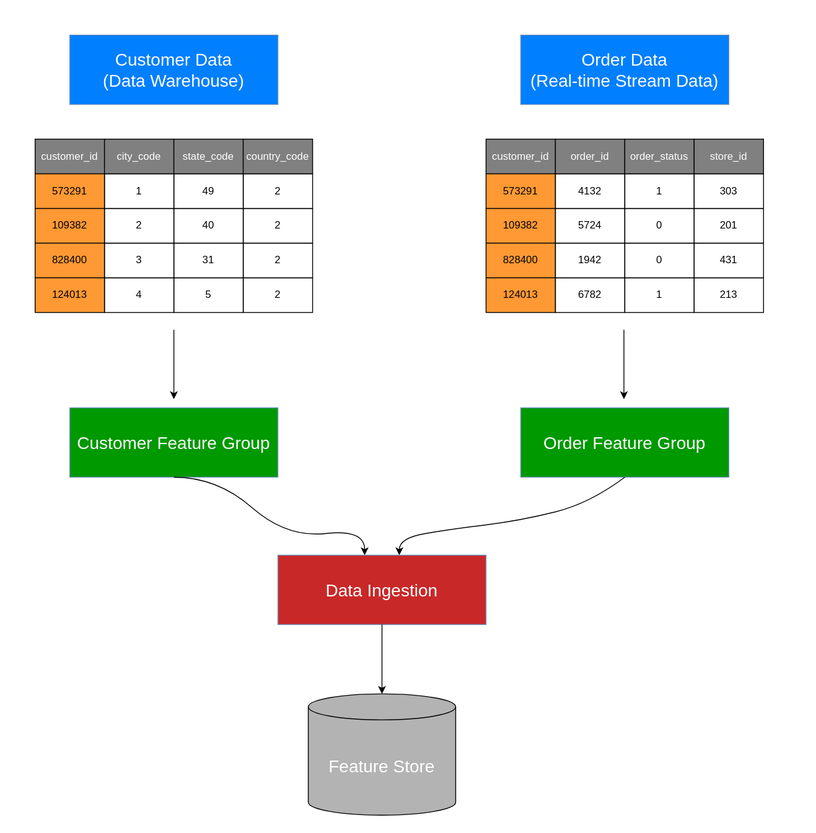
The draw.io diagram sagemaker-featurestore/images/feature_store_data_ingest.svg in aws/amazon-sagemaker-examples, before a commit. Source tidied: cells renumbered, new cells last; positions are measured from the earlier drawing's top-left corner, leaving out a move shared by most shapes.
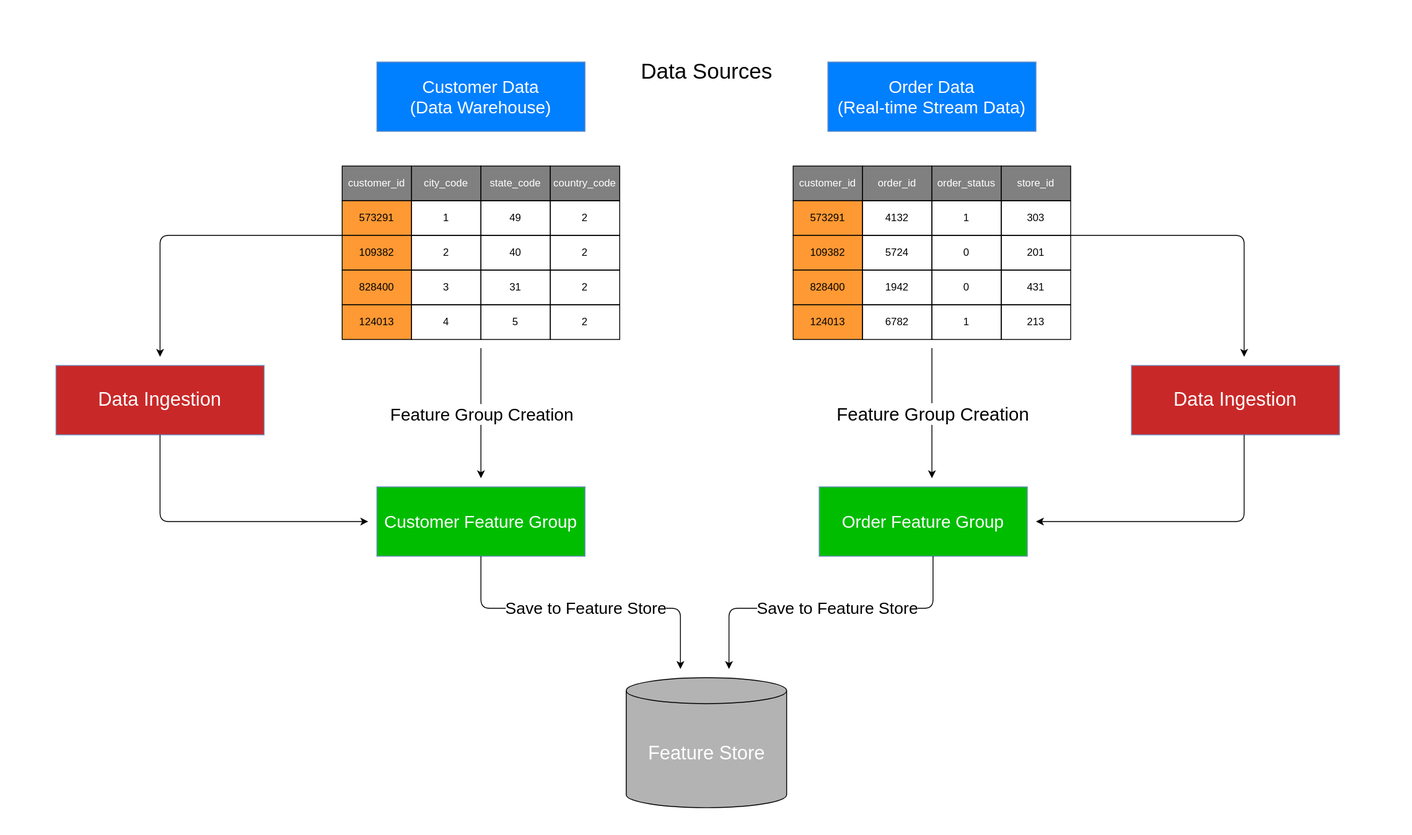
Above is the later version.

What changed in the source:
```diff
@@ -128,58 +128,104 @@
     <mxCell id="43" value="213" style="rounded=0;whiteSpace=wrap;html=1;fillColor=none;" parent="1" vertex="1">
       <mxGeometry x="800" y="320" width="80" height="40" as="geometry" />
     </mxCell>
-    <mxCell id="44" style="endArrow=classic;html=1;" parent="1" edge="1">
-      <mxGeometry relative="1" as="geometry">
-        <mxPoint x="200" y="380" as="sourcePoint" />
-        <mxPoint x="200" y="460" as="targetPoint" />
-      </mxGeometry>
-    </mxCell>
-    <mxCell id="45" style="endArrow=classic;html=1;" parent="1" edge="1">
-      <mxGeometry relative="1" as="geometry">
-        <mxPoint x="719" y="380" as="sourcePoint" />
-        <mxPoint x="719" y="460" as="targetPoint" />
-      </mxGeometry>
-    </mxCell>
-    <mxCell id="46" value="&lt;font style=&quot;font-size: 20px&quot; color=&quot;#FFFFFF&quot;&gt;Customer Feature Group&lt;br&gt;&lt;/font&gt;" style="rounded=0;whiteSpace=wrap;html=1;strokeColor=#6c8ebf;fillColor=#009900;" parent="1" vertex="1">
-      <mxGeometry x="80" y="470" width="240" height="80" as="geometry" />
+    <mxCell id="46" value="&lt;font style=&quot;font-size: 20px&quot; color=&quot;#FFFFFF&quot;&gt;Customer Feature Group&lt;br&gt;&lt;/font&gt;" style="rounded=0;whiteSpace=wrap;html=1;strokeColor=#6c8ebf;fillColor=#00BD00;" parent="1" vertex="1">
+      <mxGeometry x="80" y="530" width="240" height="80" as="geometry" />
     </mxCell>
-    <mxCell id="47" value="&lt;font style=&quot;font-size: 20px&quot; color=&quot;#FFFFFF&quot;&gt;Order Feature Group&lt;br&gt;&lt;/font&gt;" style="rounded=0;whiteSpace=wrap;html=1;strokeColor=#6c8ebf;fillColor=#009900;" parent="1" vertex="1">
-      <mxGeometry x="600" y="470" width="240" height="80" as="geometry" />
+    <mxCell id="47" value="&lt;font style=&quot;font-size: 20px&quot; color=&quot;#FFFFFF&quot;&gt;Order Feature Group&lt;br&gt;&lt;/font&gt;" style="rounded=0;whiteSpace=wrap;html=1;strokeColor=#6c8ebf;fillColor=#00BD00;" parent="1" vertex="1">
+      <mxGeometry x="590" y="530" width="240" height="80" as="geometry" />
     </mxCell>
-    <mxCell id="48" style="curved=1;endArrow=classic;html=1;" parent="1" edge="1">
-      <mxGeometry relative="1" as="geometry">
-        <mxPoint x="200" y="550" as="sourcePoint" />
-        <mxPoint x="420" y="640" as="targetPoint" />
-        <Array as="points">
-          <mxPoint x="250" y="550" />
-          <mxPoint x="330" y="620" />
-          <mxPoint x="420" y="610" />
-        </Array>
-      </mxGeometry>
-    </mxCell>
-    <mxCell id="49" style="curved=1;endArrow=classic;html=1;" parent="1" edge="1">
-      <mxGeometry relative="1" as="geometry">
-        <mxPoint x="720" y="550" as="sourcePoint" />
-        <mxPoint x="460" y="640" as="targetPoint" />
-        <Array as="points">
-          <mxPoint x="680" y="580" />
-          <mxPoint x="600" y="600" />
-          <mxPoint x="520" y="610" />
-          <mxPoint x="460" y="620" />
-        </Array>
-      </mxGeometry>
-    </mxCell>
-    <mxCell id="50" value="&lt;font style=&quot;font-size: 20px&quot; color=&quot;#FFFFFF&quot;&gt;Data Ingestion&lt;/font&gt;" style="rounded=0;whiteSpace=wrap;html=1;strokeColor=#6c8ebf;fillColor=#C92828;" parent="1" vertex="1">
-      <mxGeometry x="320" y="640" width="240" height="80" as="geometry" />
+    <mxCell id="50" value="&lt;font style=&quot;font-size: 22px&quot; color=&quot;#FFFFFF&quot;&gt;Data Ingestion&lt;/font&gt;" style="rounded=0;whiteSpace=wrap;html=1;strokeColor=#6c8ebf;fillColor=#C92828;" parent="1" vertex="1">
+      <mxGeometry x="950" y="390" width="240" height="80" as="geometry" />
     </mxCell>
-    <mxCell id="51" value="&lt;font style=&quot;font-size: 20px&quot; color=&quot;#FFFFFF&quot;&gt;Feature Store&lt;br&gt;&lt;/font&gt;" style="shape=cylinder3;whiteSpace=wrap;html=1;boundedLbl=1;backgroundOutline=1;size=15;gradientColor=none;fillColor=#B3B3B3;" parent="1" vertex="1">
-      <mxGeometry x="355" y="800" width="170" height="140" as="geometry" />
+    <mxCell id="51" value="&lt;font style=&quot;font-size: 22px&quot; color=&quot;#FFFFFF&quot;&gt;Feature Store&lt;br&gt;&lt;/font&gt;" style="shape=cylinder3;whiteSpace=wrap;html=1;boundedLbl=1;backgroundOutline=1;size=15;gradientColor=none;fillColor=#B3B3B3;" parent="1" vertex="1">
+      <mxGeometry x="367.5" y="750" width="185" height="150" as="geometry" />
     </mxCell>
-    <mxCell id="52" style="endArrow=classic;html=1;entryX=0.5;entryY=0;entryDx=0;entryDy=0;entryPerimeter=0;exitX=0.5;exitY=1;exitDx=0;exitDy=0;" parent="1" edge="1" source="50" target="51">
-      <mxGeometry relative="1" as="geometry" />
-    </mxCell>
-    <mxCell id="53" style="rounded=0;whiteSpace=wrap;html=1;glass=0;fillColor=#FF9933;gradientColor=none;opacity=0;" parent="1" vertex="1">
-      <mxGeometry width="940" height="960" as="geometry" />
-    </mxCell>
+    <mxCell id="54" value="&lt;font style=&quot;font-size: 25px&quot;&gt;Data Sources&lt;br&gt;&lt;/font&gt;" style="text;html=1;strokeColor=none;fillColor=none;align=center;verticalAlign=middle;whiteSpace=wrap;rounded=0;glass=0;opacity=0;" parent="1" vertex="1">
+      <mxGeometry x="382.5" y="40" width="155" height="20" as="geometry" />
+    </mxCell>
+    <mxCell id="55" style="edgeStyle=elbowEdgeStyle;elbow=vertical;endArrow=classic;html=1;fontSize=21;exitX=0.547;exitY=1;exitDx=0;exitDy=0;exitPerimeter=0;" parent="1" edge="1" source="47">
+      <mxGeometry relative="1" as="geometry">
+        <mxPoint x="486" y="740" as="targetPoint" />
+        <Array as="points">
+          <mxPoint x="580" y="670" />
+        </Array>
+      </mxGeometry>
+    </mxCell>
+    <mxCell id="56" style="endArrow=classic;html=1;fontSize=21;" parent="1" edge="1">
+      <mxGeometry relative="1" as="geometry">
+        <mxPoint x="200" y="370" as="sourcePoint" />
+        <mxPoint x="200" y="520" as="targetPoint" />
+      </mxGeometry>
+    </mxCell>
+    <mxCell id="57" value="&lt;font style=&quot;font-size: 20px;&quot;&gt;Feature Group Creation&lt;br style=&quot;font-size: 20px;&quot;&gt;&lt;/font&gt;" style="edgeLabel;html=1;align=center;verticalAlign=middle;fontSize=20;" parent="56" vertex="1">
+      <mxGeometry relative="1" as="geometry" />
+    </mxCell>
+    <mxCell id="58" value="&lt;font style=&quot;font-size: 22px&quot; color=&quot;#FFFFFF&quot;&gt;Data Ingestion&lt;/font&gt;" style="rounded=0;whiteSpace=wrap;html=1;strokeColor=#6c8ebf;fillColor=#C92828;" parent="1" vertex="1">
+      <mxGeometry x="-290" y="390" width="240" height="80" as="geometry" />
+    </mxCell>
+    <mxCell id="59" style="edgeStyle=segmentEdgeStyle;endArrow=classic;html=1;fontSize=21;" parent="1" edge="1">
+      <mxGeometry relative="1" as="geometry">
+        <mxPoint x="-170" y="470" as="sourcePoint" />
+        <mxPoint x="70" y="570" as="targetPoint" />
+        <Array as="points">
+          <mxPoint x="-170" y="570" />
+        </Array>
+      </mxGeometry>
+    </mxCell>
+    <mxCell id="60" style="edgeStyle=segmentEdgeStyle;endArrow=classic;html=1;fontSize=21;exitX=0;exitY=0;exitDx=0;exitDy=0;" parent="1" edge="1" source="6">
+      <mxGeometry relative="1" as="geometry">
+        <mxPoint x="-170" y="380" as="targetPoint" />
+      </mxGeometry>
+    </mxCell>
+    <mxCell id="61" style="edgeStyle=segmentEdgeStyle;endArrow=classic;html=1;fontSize=21;exitX=1;exitY=0;exitDx=0;exitDy=0;" parent="1" edge="1" source="41">
+      <mxGeometry relative="1" as="geometry">
+        <mxPoint x="1080" y="380" as="targetPoint" />
+        <Array as="points">
+          <mxPoint x="1080" y="240" />
+        </Array>
+      </mxGeometry>
+    </mxCell>
+    <mxCell id="62" style="edgeStyle=elbowEdgeStyle;elbow=horizontal;endArrow=classic;html=1;fontSize=21;" parent="1" edge="1">
+      <mxGeometry relative="1" as="geometry">
+        <mxPoint x="1080" y="470" as="sourcePoint" />
+        <mxPoint x="840" y="570" as="targetPoint" />
+        <Array as="points">
+          <mxPoint x="1080" y="530" />
+          <mxPoint x="1060" y="610" />
+          <mxPoint x="1060" y="610" />
+          <mxPoint x="1060" y="610" />
+          <mxPoint x="1060" y="550" />
+          <mxPoint x="1050" y="600" />
+          <mxPoint x="1070" y="570" />
+        </Array>
+      </mxGeometry>
+    </mxCell>
+    <mxCell id="63" style="endArrow=classic;html=1;fontSize=21;" parent="1" edge="1">
+      <mxGeometry relative="1" as="geometry">
+        <mxPoint x="720" y="370" as="sourcePoint" />
+        <mxPoint x="720" y="520" as="targetPoint" />
+      </mxGeometry>
+    </mxCell>
+    <mxCell id="64" value="&lt;font style=&quot;font-size: 21px&quot;&gt;Feature Group Creation&lt;br&gt;&lt;/font&gt;" style="edgeLabel;html=1;align=center;verticalAlign=middle;" parent="63" vertex="1">
+      <mxGeometry relative="1" as="geometry" />
+    </mxCell>
+    <mxCell id="65" style="endArrow=classic;html=1;fontSize=21;exitX=0.5;exitY=1;exitDx=0;exitDy=0;" parent="1" edge="1" source="46">
+      <mxGeometry relative="1" as="geometry">
+        <mxPoint x="430" y="740" as="targetPoint" />
+        <Array as="points">
+          <mxPoint x="200" y="670" />
+          <mxPoint x="430" y="670" />
+        </Array>
+      </mxGeometry>
+    </mxCell>
+    <mxCell id="66" value="&lt;font style=&quot;font-size: 19px&quot;&gt;Save to Feature Store&lt;br&gt;&lt;/font&gt;" style="edgeLabel;html=1;align=center;verticalAlign=middle;" parent="65" vertex="1">
+      <mxGeometry relative="1" as="geometry" />
+    </mxCell>
+    <mxCell id="67" value="&lt;font style=&quot;font-size: 19px&quot;&gt;Save to Feature Store&lt;br&gt;&lt;/font&gt;" style="edgeLabel;html=1;align=center;verticalAlign=middle;" parent="1" vertex="1">
+      <mxGeometry x="610" y="670" as="geometry" />
+    </mxCell>
+    <mxCell id="68" style="rounded=0;whiteSpace=wrap;html=1;shadow=0;glass=0;sketch=0;strokeWidth=3;gradientColor=none;fontSize=20;fillColor=none;strokeColor=none;" parent="1" vertex="1">
+      <mxGeometry x="-352.5" y="-30" width="1625" height="960" as="geometry" />
+    </mxCell>
   </root>
 </mxGraphModel>
```
